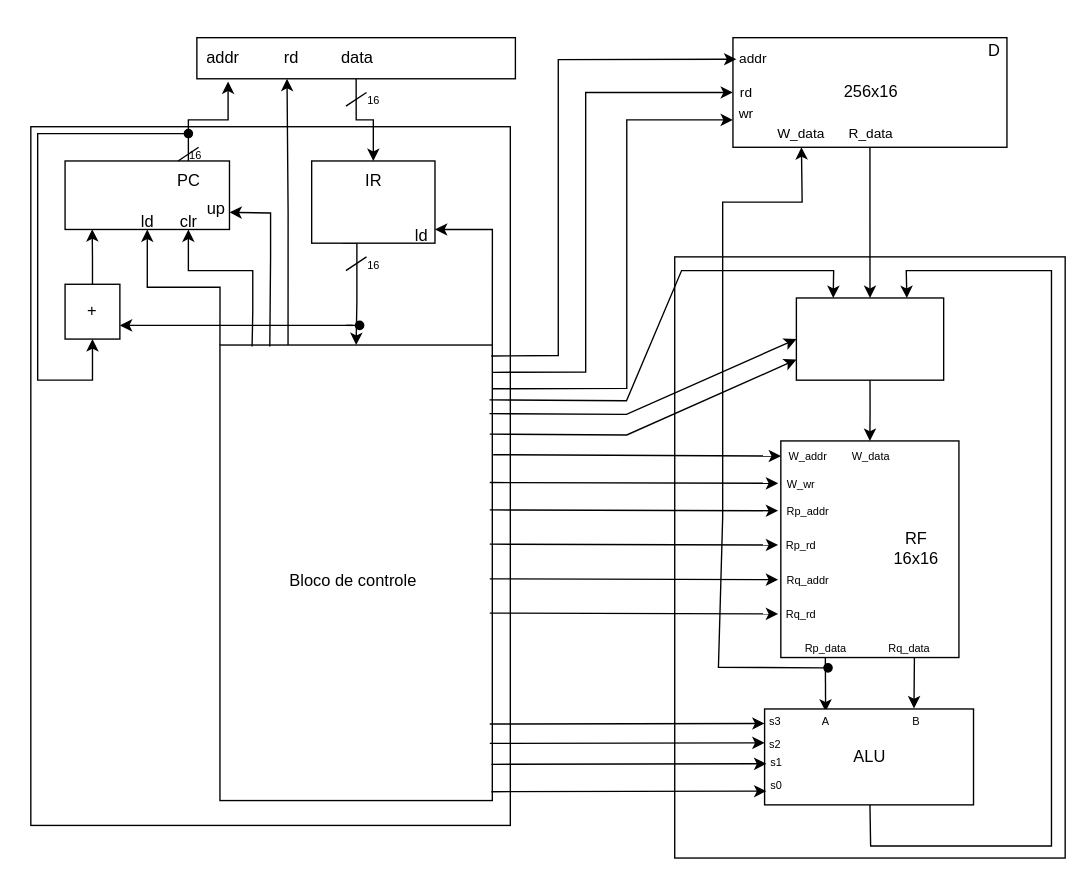
The draw.io diagram datapath.drawio in mclarafreitas/Circuitos-Digitais, before the edit. Source tidied: cells renumbered, new cells numbered last; positions are measured from the earlier drawing's top-left corner, leaving out a move shared by most shapes. Both pictures are drawn from the tidied source at 137%, with x=0, y=0 at pixel (-79, 30).
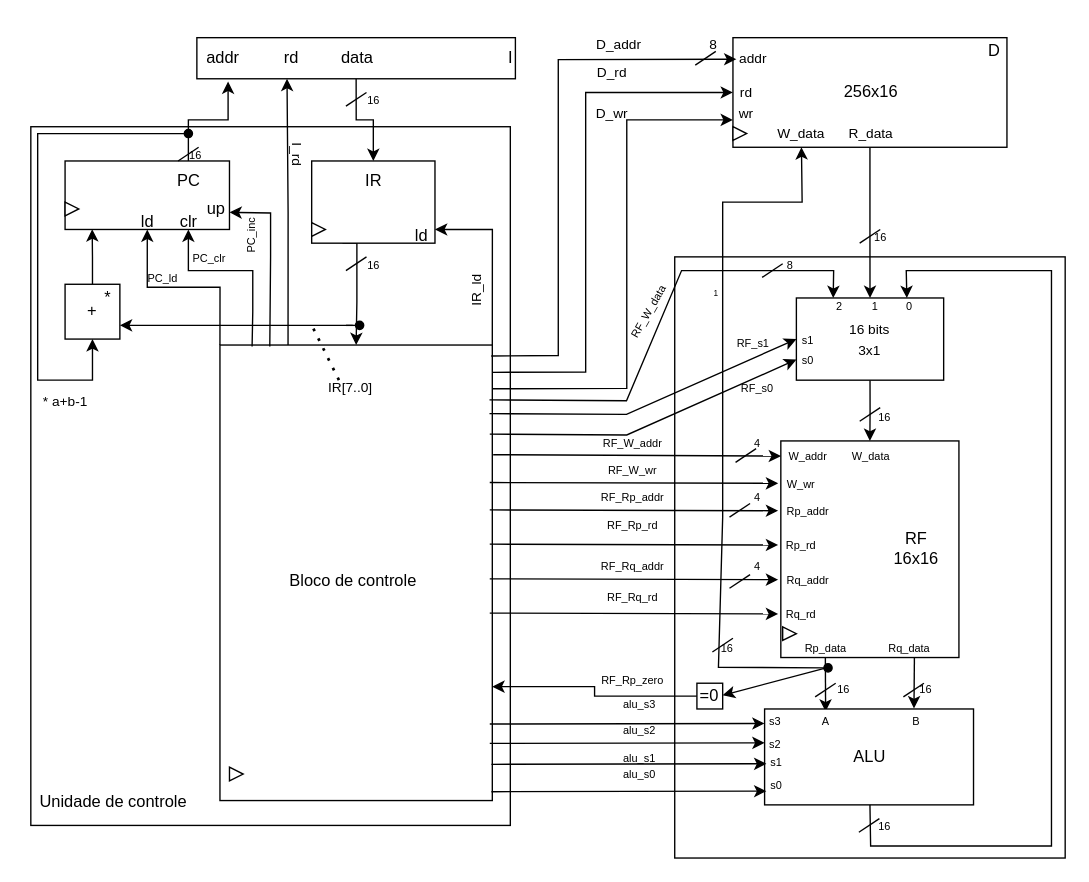
The same page after the edit.

Unchanged cells that the change refers to:
```xml
<mxCell id="6" style="rounded=0;whiteSpace=wrap;html=1;rotation=90;" parent="1" vertex="1">
  <mxGeometry x="151.2" y="296.2" width="332.5" height="198.8" as="geometry" />
</mxCell>
```

The edit, as a diff of the source:
```diff
@@
+    <mxCell id="87" value="&lt;font style=&quot;font-size: 10px;&quot;&gt;16 bits&lt;br&gt;3x1&lt;/font&gt;" style="text;html=1;align=center;verticalAlign=middle;strokeColor=none;fillColor=none;" parent="1" vertex="1">
+      <mxGeometry x="666.9" y="205" width="50" height="40" as="geometry" />
+    </mxCell>
+    <mxCell id="88" value="&lt;font style=&quot;font-size: 8px;&quot;&gt;2&lt;/font&gt;" style="text;html=1;align=center;verticalAlign=middle;strokeColor=none;fillColor=none;" parent="1" vertex="1">
+      <mxGeometry x="655" y="185" width="30" height="30" as="geometry" />
+    </mxCell>
+    <mxCell id="89" value="&lt;font style=&quot;font-size: 8px;&quot;&gt;1&lt;/font&gt;" style="text;html=1;align=center;verticalAlign=middle;strokeColor=none;fillColor=none;" parent="1" vertex="1">
+      <mxGeometry x="681.2" y="185" width="30" height="30" as="geometry" />
+    </mxCell>
+    <mxCell id="90" value="&lt;font style=&quot;font-size: 8px;&quot;&gt;0&lt;/font&gt;" style="text;html=1;align=center;verticalAlign=middle;strokeColor=none;fillColor=none;" parent="1" vertex="1">
+      <mxGeometry x="706.2" y="185" width="30" height="30" as="geometry" />
+    </mxCell>
+    <mxCell id="91" value="&lt;font style=&quot;font-size: 8px;&quot;&gt;s1&lt;/font&gt;" style="text;html=1;align=center;verticalAlign=middle;strokeColor=none;fillColor=none;" parent="1" vertex="1">
+      <mxGeometry x="631.9" y="210" width="30" height="30" as="geometry" />
+    </mxCell>
+    <mxCell id="92" value="&lt;font style=&quot;font-size: 8px;&quot;&gt;s0&lt;/font&gt;" style="text;html=1;align=center;verticalAlign=middle;strokeColor=none;fillColor=none;" parent="1" vertex="1">
+      <mxGeometry x="631.9" y="225" width="30" height="30" as="geometry" />
+    </mxCell>
+    <mxCell id="93" value="I" style="text;html=1;align=center;verticalAlign=middle;strokeColor=none;fillColor=none;" parent="1" vertex="1">
+      <mxGeometry x="415" y="5" width="30" height="30" as="geometry" />
+    </mxCell>
+    <mxCell id="94" value="&lt;font style=&quot;font-size: 10px;&quot;&gt;I_rd&lt;/font&gt;" style="text;html=1;align=center;verticalAlign=middle;strokeColor=none;fillColor=none;rotation=90;" parent="1" vertex="1">
+      <mxGeometry x="255" y="75" width="40" height="30" as="geometry" />
+    </mxCell>
+    <mxCell id="95" value="&lt;font style=&quot;font-size: 10px;&quot;&gt;IR_ld&lt;/font&gt;" style="text;html=1;align=center;verticalAlign=middle;strokeColor=none;fillColor=none;rotation=270;" parent="1" vertex="1">
+      <mxGeometry x="380" y="175" width="50" height="30" as="geometry" />
+    </mxCell>
+    <mxCell id="96" value="&lt;font style=&quot;font-size: 8px;&quot;&gt;PC_inc&lt;/font&gt;" style="text;html=1;align=center;verticalAlign=middle;strokeColor=none;fillColor=none;rotation=270;" parent="1" vertex="1">
+      <mxGeometry x="215" y="135" width="50" height="30" as="geometry" />
+    </mxCell>
+    <mxCell id="97" value="&lt;font style=&quot;font-size: 8px;&quot;&gt;PC_clr&lt;/font&gt;" style="text;html=1;align=center;verticalAlign=middle;strokeColor=none;fillColor=none;rotation=0;" parent="1" vertex="1">
+      <mxGeometry x="185" y="150" width="50" height="30" as="geometry" />
+    </mxCell>
+    <mxCell id="98" value="&lt;font style=&quot;font-size: 8px;&quot;&gt;PC_ld&lt;/font&gt;" style="text;html=1;align=center;verticalAlign=middle;strokeColor=none;fillColor=none;" parent="1" vertex="1">
+      <mxGeometry x="151.2" y="165" width="50" height="30" as="geometry" />
+    </mxCell>
+    <mxCell id="99" value="*" style="text;html=1;align=center;verticalAlign=middle;strokeColor=none;fillColor=none;" parent="1" vertex="1">
+      <mxGeometry x="121.2" y="180" width="30" height="30" as="geometry" />
+    </mxCell>
+    <mxCell id="100" value="&lt;font style=&quot;font-size: 10px;&quot;&gt;* a+b-1&lt;/font&gt;" style="text;html=1;align=center;verticalAlign=middle;strokeColor=none;fillColor=none;" parent="1" vertex="1">
+      <mxGeometry x="75" y="255" width="60" height="30" as="geometry" />
+    </mxCell>
+    <mxCell id="101" style="endArrow=none;dashed=1;html=1;dashPattern=1 3;strokeWidth=2;rounded=0;exitX=0.258;exitY=0.362;exitDx=0;exitDy=0;exitPerimeter=0;" parent="1" edge="1">
+      <mxGeometry relative="1" as="geometry">
+        <mxPoint x="304.9" y="255" as="sourcePoint" />
+        <mxPoint x="285" y="214.8" as="targetPoint" />
+      </mxGeometry>
+    </mxCell>
+    <mxCell id="102" value="&lt;font style=&quot;font-size: 10px;&quot;&gt;IR[7..0]&lt;/font&gt;" style="text;html=1;align=center;verticalAlign=middle;strokeColor=none;fillColor=none;" parent="1" vertex="1">
+      <mxGeometry x="282.5" y="245" width="60" height="30" as="geometry" />
+    </mxCell>
+    <mxCell id="103" value="&lt;font style=&quot;font-size: 10px;&quot;&gt;D_addr&lt;/font&gt;" style="text;html=1;align=center;verticalAlign=middle;strokeColor=none;fillColor=none;" parent="1" vertex="1">
+      <mxGeometry x="478.8" y="-5" width="60" height="30" as="geometry" />
+    </mxCell>
+    <mxCell id="104" value="&lt;font style=&quot;font-size: 10px;&quot;&gt;D_rd&lt;/font&gt;" style="text;html=1;align=center;verticalAlign=middle;strokeColor=none;fillColor=none;" parent="1" vertex="1">
+      <mxGeometry x="478.8" y="15" width="50" height="30" as="geometry" />
+    </mxCell>
+    <mxCell id="105" value="&lt;font style=&quot;font-size: 10px;&quot;&gt;D_wr&lt;/font&gt;" style="text;html=1;align=center;verticalAlign=middle;strokeColor=none;fillColor=none;" parent="1" vertex="1">
+      <mxGeometry x="478.8" y="45" width="50" height="30" as="geometry" />
+    </mxCell>
+    <mxCell id="106" value="&lt;font style=&quot;font-size: 8px;&quot;&gt;RF_W_data&lt;/font&gt;" style="text;html=1;align=center;verticalAlign=middle;strokeColor=none;fillColor=none;rotation=-60;" parent="1" vertex="1">
+      <mxGeometry x="495" y="190" width="70" height="30" as="geometry" />
+    </mxCell>
+    <mxCell id="107" value="&lt;font style=&quot;font-size: 8px;&quot;&gt;RF_s1&lt;/font&gt;" style="text;html=1;align=center;verticalAlign=middle;strokeColor=none;fillColor=none;" parent="1" vertex="1">
+      <mxGeometry x="581.9" y="211.9" width="50" height="30" as="geometry" />
+    </mxCell>
+    <mxCell id="108" value="&lt;font style=&quot;font-size: 8px;&quot;&gt;RF_s0&lt;/font&gt;" style="text;html=1;align=center;verticalAlign=middle;strokeColor=none;fillColor=none;" parent="1" vertex="1">
+      <mxGeometry x="585" y="245" width="50" height="30" as="geometry" />
+    </mxCell>
+    <mxCell id="109" value="&lt;font style=&quot;font-size: 8px;&quot;&gt;RF_W_addr&lt;/font&gt;" style="text;html=1;align=center;verticalAlign=middle;strokeColor=none;fillColor=none;" parent="1" vertex="1">
+      <mxGeometry x="483.8" y="285" width="70" height="30" as="geometry" />
+    </mxCell>
+    <mxCell id="110" value="&lt;font style=&quot;font-size: 8px;&quot;&gt;RF_W_wr&lt;/font&gt;" style="text;html=1;align=center;verticalAlign=middle;strokeColor=none;fillColor=none;" parent="1" vertex="1">
+      <mxGeometry x="488.8" y="305" width="60" height="30" as="geometry" />
+    </mxCell>
+    <mxCell id="111" value="&lt;font style=&quot;font-size: 8px;&quot;&gt;RF_Rp_addr&lt;/font&gt;" style="text;html=1;align=center;verticalAlign=middle;strokeColor=none;fillColor=none;" parent="1" vertex="1">
+      <mxGeometry x="483.8" y="325" width="70" height="30" as="geometry" />
+    </mxCell>
+    <mxCell id="112" value="&lt;font style=&quot;font-size: 8px;&quot;&gt;RF_Rp_rd&lt;/font&gt;" style="text;html=1;align=center;verticalAlign=middle;strokeColor=none;fillColor=none;" parent="1" vertex="1">
+      <mxGeometry x="488.8" y="345" width="60" height="30" as="geometry" />
+    </mxCell>
+    <mxCell id="113" value="&lt;font style=&quot;font-size: 8px;&quot;&gt;RF_Rq_addr&lt;/font&gt;" style="text;html=1;align=center;verticalAlign=middle;strokeColor=none;fillColor=none;" parent="1" vertex="1">
+      <mxGeometry x="483.8" y="375" width="70" height="30" as="geometry" />
+    </mxCell>
+    <mxCell id="114" value="&lt;font style=&quot;font-size: 8px;&quot;&gt;RF_Rq_rd&lt;/font&gt;" style="text;html=1;align=center;verticalAlign=middle;strokeColor=none;fillColor=none;" parent="1" vertex="1">
+      <mxGeometry x="488.8" y="398.4" width="60" height="30" as="geometry" />
+    </mxCell>
+    <mxCell id="115" style="endArrow=classic;html=1;rounded=0;" parent="1" edge="1">
+      <mxGeometry relative="1" as="geometry">
+        <mxPoint x="660.6" y="465" as="sourcePoint" />
+        <mxPoint x="585" y="485" as="targetPoint" />
+        <Array as="points">
+          <mxPoint x="585" y="485" />
+        </Array>
+      </mxGeometry>
+    </mxCell>
+    <mxCell id="116" style="edgeStyle=orthogonalEdgeStyle;rounded=0;jettySize=auto;html=1;exitX=0;exitY=0.5;exitDx=0;exitDy=0;entryX=0.75;entryY=0;entryDx=0;entryDy=0;" parent="1" edge="1" source="117" target="6">
+      <mxGeometry relative="1" as="geometry" />
+    </mxCell>
+    <mxCell id="117" value="=0" style="whiteSpace=wrap;html=1;" parent="1" vertex="1">
+      <mxGeometry x="566.2" y="476.2" width="18.8" height="18.8" as="geometry" />
+    </mxCell>
+    <mxCell id="118" value="&lt;font style=&quot;font-size: 8px;&quot;&gt;RF_Rp_zero&lt;/font&gt;" style="text;html=1;align=center;verticalAlign=middle;strokeColor=none;fillColor=none;" parent="1" vertex="1">
+      <mxGeometry x="483.8" y="457.5" width="70" height="30" as="geometry" />
+    </mxCell>
+    <mxCell id="119" value="&lt;font style=&quot;font-size: 8px;&quot;&gt;alu_s3&lt;/font&gt;" style="text;html=1;align=center;verticalAlign=middle;strokeColor=none;fillColor=none;" parent="1" vertex="1">
+      <mxGeometry x="498.8" y="476.2" width="50" height="30" as="geometry" />
+    </mxCell>
+    <mxCell id="120" value="&lt;font style=&quot;font-size: 8px;&quot;&gt;alu_s2&lt;/font&gt;" style="text;html=1;align=center;verticalAlign=middle;strokeColor=none;fillColor=none;" parent="1" vertex="1">
+      <mxGeometry x="498.8" y="495" width="50" height="30" as="geometry" />
+    </mxCell>
+    <mxCell id="121" value="&lt;font style=&quot;font-size: 8px;&quot;&gt;alu_s1&lt;/font&gt;" style="text;html=1;align=center;verticalAlign=middle;strokeColor=none;fillColor=none;" parent="1" vertex="1">
+      <mxGeometry x="498.8" y="515" width="50" height="30" as="geometry" />
+    </mxCell>
+    <mxCell id="122" value="&lt;font style=&quot;font-size: 8px;&quot;&gt;alu_s0&lt;/font&gt;" style="text;html=1;align=center;verticalAlign=middle;strokeColor=none;fillColor=none;" parent="1" vertex="1">
+      <mxGeometry x="498.8" y="526.9" width="50" height="30" as="geometry" />
+    </mxCell>
+    <mxCell id="123" style="triangle;whiteSpace=wrap;html=1;" parent="1" vertex="1">
+      <mxGeometry x="225" y="537.5" width="10" height="10" as="geometry" />
+    </mxCell>
+    <mxCell id="124" style="triangle;whiteSpace=wrap;html=1;" parent="1" vertex="1">
+      <mxGeometry x="628.8" y="435" width="10" height="10" as="geometry" />
+    </mxCell>
+    <mxCell id="125" style="triangle;whiteSpace=wrap;html=1;" parent="1" vertex="1">
+      <mxGeometry x="592.5" y="70" width="10" height="10" as="geometry" />
+    </mxCell>
+    <mxCell id="126" style="triangle;whiteSpace=wrap;html=1;" parent="1" vertex="1">
+      <mxGeometry x="285" y="140" width="10" height="10" as="geometry" />
+    </mxCell>
+    <mxCell id="127" style="triangle;whiteSpace=wrap;html=1;" parent="1" vertex="1">
+      <mxGeometry x="105" y="125" width="10" height="10" as="geometry" />
+    </mxCell>
+    <mxCell id="128" style="endArrow=none;html=1;rounded=0;" parent="1" edge="1">
+      <mxGeometry relative="1" as="geometry">
+        <mxPoint x="594.4" y="315" as="sourcePoint" />
+        <mxPoint x="609.4" y="305" as="targetPoint" />
+      </mxGeometry>
+    </mxCell>
+    <mxCell id="129" style="endArrow=none;html=1;rounded=0;" parent="1" edge="1">
+      <mxGeometry relative="1" as="geometry">
+        <mxPoint x="590" y="355" as="sourcePoint" />
+        <mxPoint x="605" y="345" as="targetPoint" />
+      </mxGeometry>
+    </mxCell>
+    <mxCell id="130" style="endArrow=none;html=1;rounded=0;" parent="1" edge="1">
+      <mxGeometry relative="1" as="geometry">
+        <mxPoint x="590" y="406.9" as="sourcePoint" />
+        <mxPoint x="605" y="396.9" as="targetPoint" />
+      </mxGeometry>
+    </mxCell>
+    <mxCell id="131" style="endArrow=none;html=1;rounded=0;" parent="1" edge="1">
+      <mxGeometry relative="1" as="geometry">
+        <mxPoint x="613.8" y="180" as="sourcePoint" />
+        <mxPoint x="628.8" y="170" as="targetPoint" />
+      </mxGeometry>
+    </mxCell>
+    <mxCell id="132" style="endArrow=none;html=1;rounded=0;" parent="1" edge="1">
+      <mxGeometry relative="1" as="geometry">
+        <mxPoint x="685" y="155" as="sourcePoint" />
+        <mxPoint x="700" y="145" as="targetPoint" />
+      </mxGeometry>
+    </mxCell>
+    <mxCell id="133" style="endArrow=none;html=1;rounded=0;" parent="1" edge="1">
+      <mxGeometry relative="1" as="geometry">
+        <mxPoint x="652.5" y="486.2" as="sourcePoint" />
+        <mxPoint x="667.5" y="476.2" as="targetPoint" />
+      </mxGeometry>
+    </mxCell>
+    <mxCell id="134" style="endArrow=none;html=1;rounded=0;" parent="1" edge="1">
+      <mxGeometry relative="1" as="geometry">
+        <mxPoint x="716.9" y="486.2" as="sourcePoint" />
+        <mxPoint x="731.9" y="476.2" as="targetPoint" />
+      </mxGeometry>
+    </mxCell>
+    <mxCell id="135" style="endArrow=none;html=1;rounded=0;" parent="1" edge="1">
+      <mxGeometry relative="1" as="geometry">
+        <mxPoint x="684.4" y="585" as="sourcePoint" />
+        <mxPoint x="699.4" y="575" as="targetPoint" />
+      </mxGeometry>
+    </mxCell>
+    <mxCell id="136" style="endArrow=none;html=1;rounded=0;" parent="1" edge="1">
+      <mxGeometry relative="1" as="geometry">
+        <mxPoint x="685" y="285" as="sourcePoint" />
+        <mxPoint x="700" y="275" as="targetPoint" />
+      </mxGeometry>
+    </mxCell>
+    <mxCell id="137" style="endArrow=none;html=1;rounded=0;" parent="1" edge="1">
+      <mxGeometry relative="1" as="geometry">
+        <mxPoint x="565" y="25" as="sourcePoint" />
+        <mxPoint x="580" y="15" as="targetPoint" />
+      </mxGeometry>
+    </mxCell>
+    <mxCell id="138" value="&lt;font style=&quot;font-size: 10px;&quot;&gt;8&lt;/font&gt;" style="text;html=1;align=center;verticalAlign=middle;strokeColor=none;fillColor=none;" parent="1" vertex="1">
+      <mxGeometry x="562.5" y="-5" width="30" height="30" as="geometry" />
+    </mxCell>
+    <mxCell id="139" value="&lt;font style=&quot;font-size: 8px;&quot;&gt;8&lt;/font&gt;" style="text;html=1;align=center;verticalAlign=middle;strokeColor=none;fillColor=none;" parent="1" vertex="1">
+      <mxGeometry x="618.8" y="155" width="30" height="30" as="geometry" />
+    </mxCell>
+    <mxCell id="140" value="&lt;font style=&quot;font-size: 8px;&quot;&gt;16&lt;/font&gt;" style="text;html=1;align=center;verticalAlign=middle;strokeColor=none;fillColor=none;" parent="1" vertex="1">
+      <mxGeometry x="685" y="135" width="30" height="30" as="geometry" />
+    </mxCell>
+    <mxCell id="141" value="&lt;font style=&quot;font-size: 8px;&quot;&gt;16&lt;/font&gt;" style="text;html=1;align=center;verticalAlign=middle;strokeColor=none;fillColor=none;" parent="1" vertex="1">
+      <mxGeometry x="687.5" y="266.2" width="30" height="30" as="geometry" />
+    </mxCell>
+    <mxCell id="142" value="&lt;font style=&quot;font-size: 8px;&quot;&gt;4&lt;/font&gt;" style="text;html=1;align=center;verticalAlign=middle;strokeColor=none;fillColor=none;" parent="1" vertex="1">
+      <mxGeometry x="595" y="285" width="30" height="30" as="geometry" />
+    </mxCell>
+    <mxCell id="143" value="&lt;font style=&quot;font-size: 8px;&quot;&gt;4&lt;/font&gt;" style="text;html=1;align=center;verticalAlign=middle;strokeColor=none;fillColor=none;" parent="1" vertex="1">
+      <mxGeometry x="595" y="325" width="30" height="30" as="geometry" />
+    </mxCell>
+    <mxCell id="144" value="&lt;font style=&quot;font-size: 8px;&quot;&gt;4&lt;/font&gt;" style="text;html=1;align=center;verticalAlign=middle;strokeColor=none;fillColor=none;" parent="1" vertex="1">
+      <mxGeometry x="595" y="375" width="30" height="30" as="geometry" />
+    </mxCell>
+    <mxCell id="145" value="&lt;font style=&quot;font-size: 8px;&quot;&gt;16&lt;/font&gt;" style="text;html=1;align=center;verticalAlign=middle;strokeColor=none;fillColor=none;" parent="1" vertex="1">
+      <mxGeometry x="657.5" y="465" width="30" height="30" as="geometry" />
+    </mxCell>
+    <mxCell id="146" value="&lt;font style=&quot;font-size: 8px;&quot;&gt;16&lt;/font&gt;" style="text;html=1;align=center;verticalAlign=middle;strokeColor=none;fillColor=none;" parent="1" vertex="1">
+      <mxGeometry x="717.5" y="465" width="30" height="30" as="geometry" />
+    </mxCell>
+    <mxCell id="147" value="&lt;font style=&quot;font-size: 8px;&quot;&gt;16&lt;/font&gt;" style="text;html=1;align=center;verticalAlign=middle;strokeColor=none;fillColor=none;" parent="1" vertex="1">
+      <mxGeometry x="687.5" y="565" width="30" height="30" as="geometry" />
+    </mxCell>
+    <mxCell id="148" style="endArrow=none;html=1;rounded=0;" parent="1" edge="1">
+      <mxGeometry relative="1" as="geometry">
+        <mxPoint x="577.5" y="453.4" as="sourcePoint" />
+        <mxPoint x="592.5" y="443.4" as="targetPoint" />
+      </mxGeometry>
+    </mxCell>
+    <mxCell id="149" value="&lt;font style=&quot;font-size: 8px;&quot;&gt;16&lt;/font&gt;" style="text;html=1;align=center;verticalAlign=middle;strokeColor=none;fillColor=none;" parent="1" vertex="1">
+      <mxGeometry x="572.5" y="435" width="30" height="30" as="geometry" />
+    </mxCell>
+    <mxCell id="150" value="&lt;font style=&quot;font-size: 6px;&quot;&gt;1&lt;/font&gt;" style="text;html=1;align=center;verticalAlign=middle;strokeColor=none;fillColor=none;" parent="1" vertex="1">
+      <mxGeometry x="565" y="175" width="30" height="30" as="geometry" />
+    </mxCell>
+    <mxCell id="151" value="Unidade de controle" style="text;html=1;align=center;verticalAlign=middle;strokeColor=none;fillColor=none;" parent="1" vertex="1">
+      <mxGeometry x="75" y="547.5" width="130" height="30" as="geometry" />
+    </mxCell>
```
